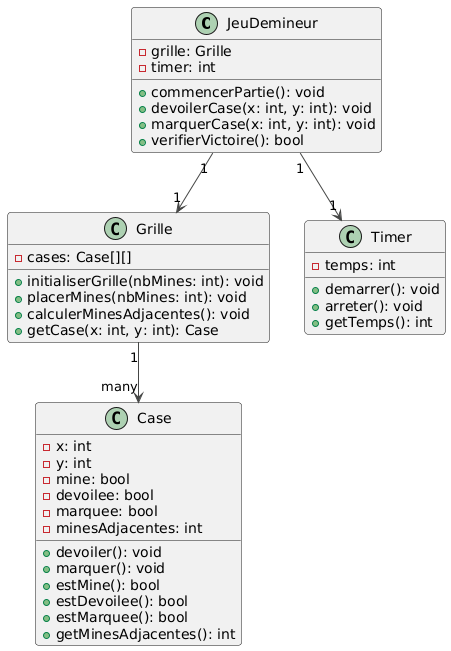
Before: Analyse_info/classes.png, a diagram exported from PlantUML (julosR/Demineur_POO).
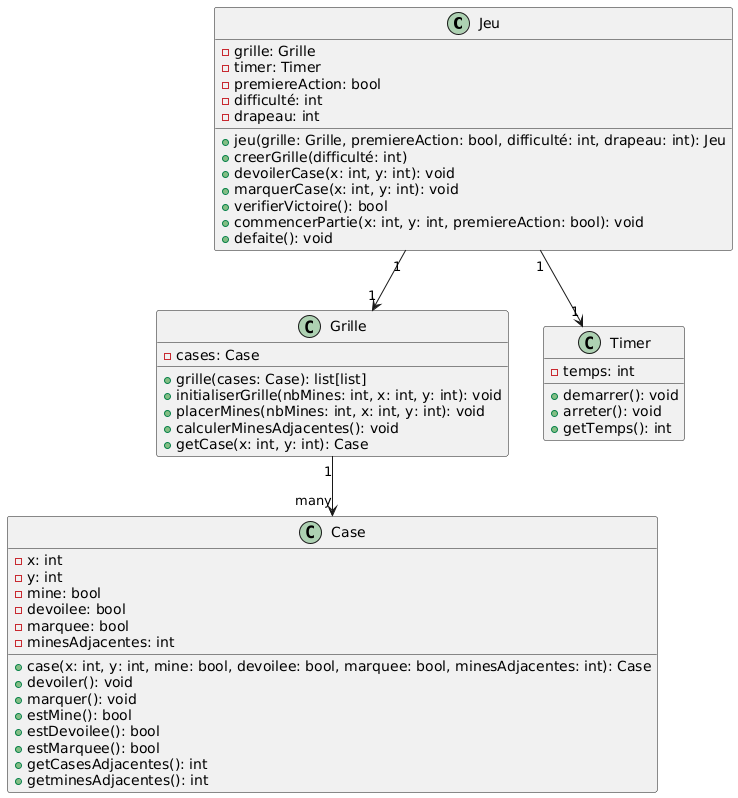
Above is the later version.

Commit message:
nouveau diag de classe

The edit, as a diff of the source:
```diff
@@ -1,18 +1,24 @@
 @startuml
-!theme vibrant
-class JeuDemineur {
+class Jeu {
     - grille: Grille
-    - timer: int
-    + commencerPartie(): void
+    - timer: Timer
+    - premiereAction: bool
+    - difficulté: int
+    - drapeau: int
+    + jeu(grille: Grille, premiereAction: bool, difficulté: int, drapeau: int): Jeu
+    + creerGrille(difficulté: int)
     + devoilerCase(x: int, y: int): void
     + marquerCase(x: int, y: int): void
     + verifierVictoire(): bool
+    + commencerPartie(x: int, y: int, premiereAction: bool): void
+    + defaite(): void
 }
 
 class Grille {
-    - cases: Case[][]
-    + initialiserGrille(nbMines: int): void
-    + placerMines(nbMines: int): void
+    - cases: Case
+    + grille(cases: Case): list[list]
+    + initialiserGrille(nbMines: int, x: int, y: int): void
+    + placerMines(nbMines: int, x: int, y: int): void
     + calculerMinesAdjacentes(): void
     + getCase(x: int, y: int): Case
 }
@@ -24,12 +30,14 @@
     - devoilee: bool
     - marquee: bool
     - minesAdjacentes: int
+    + case(x: int, y: int, mine: bool, devoilee: bool, marquee: bool, minesAdjacentes: int): Case
     + devoiler(): void
     + marquer(): void
     + estMine(): bool
     + estDevoilee(): bool
     + estMarquee(): bool
-    + getMinesAdjacentes(): int
+    + getCasesAdjacentes(): int
+    + getminesAdjacentes(): int
 }
 
 class Timer {
@@ -39,8 +47,7 @@
     + getTemps(): int
 }
 
-
-JeuDemineur "1" --> "1" Grille
+Jeu "1" --> "1" Grille
 Grille "1" --> "many" Case
-JeuDemineur "1" --> "1" Timer
+Jeu "1" --> "1" Timer
 @enduml
```
